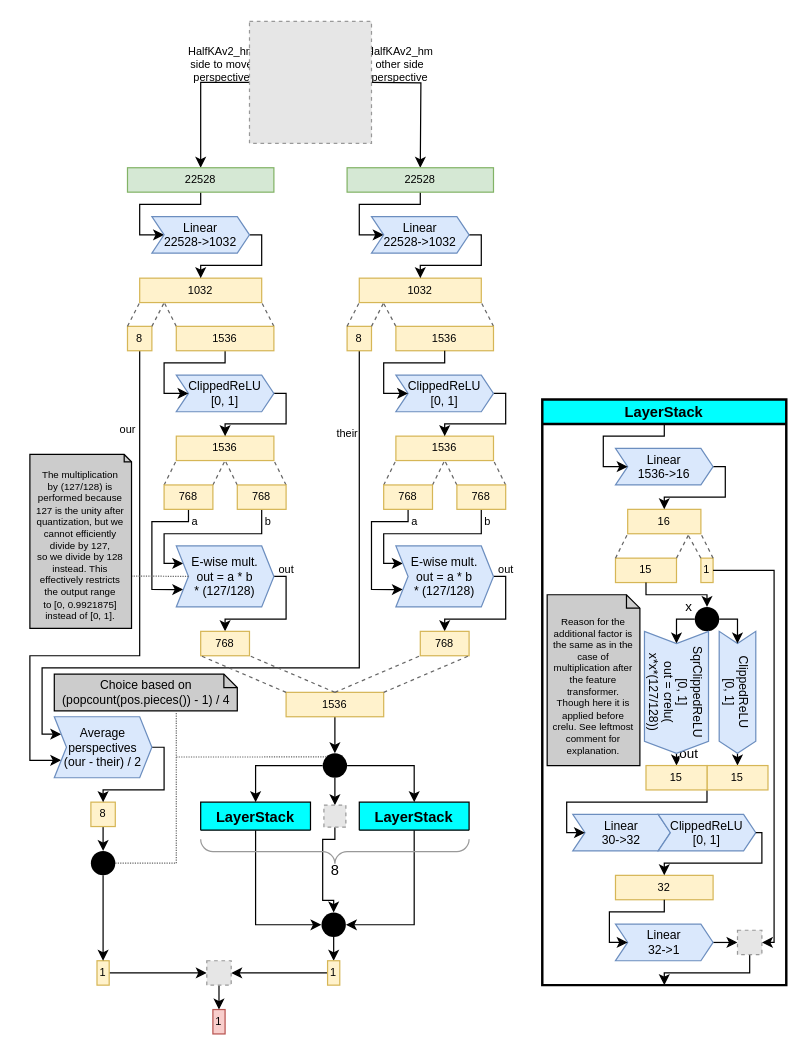
official-stockfish/nnue-pytorch keeps this draw.io diagram as docs/img/SFNNv6_architecture.drawio. Above is the earlier version. Source tidied: cells renumbered, new cells numbered last; positions are measured from the earlier drawing's top-left corner, leaving out a move shared by most shapes. Both pictures are drawn from the tidied source at 122%, with x=0, y=0 at pixel (29, 21). Pictures stored in the file or linked from it are replaced by grey dashed boxes.
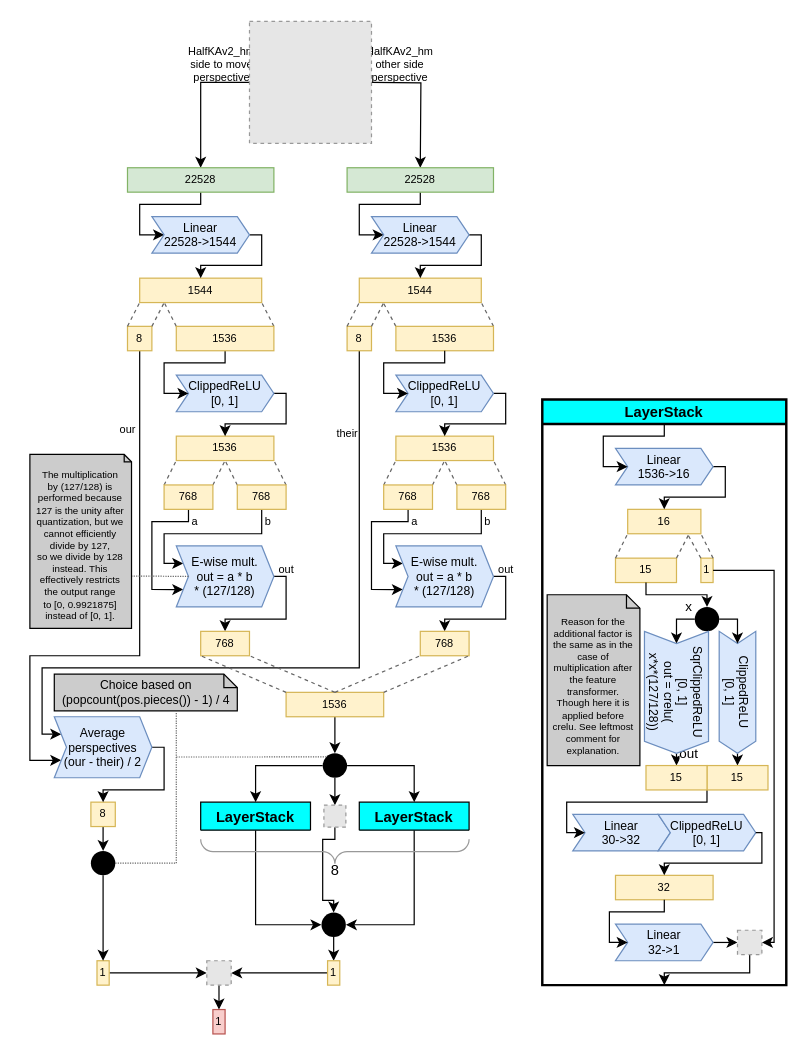
The same page after the edit.

Commit message (it also covers changes not shown here):
fix wrong L1 size in SFNNv6-8 diagrams (#283)

Diff of the diagram source:
```diff
@@
-    <mxCell id="9" value="&lt;div&gt;1032&lt;/div&gt;" style="rounded=0;whiteSpace=wrap;html=1;shadow=0;glass=0;sketch=0;fontSize=9;align=center;fillColor=#fff2cc;strokeColor=#d6b656;" parent="1" vertex="1">
+    <mxCell id="9" value="&lt;div&gt;1544&lt;/div&gt;" style="rounded=0;whiteSpace=wrap;html=1;shadow=0;glass=0;sketch=0;fontSize=9;align=center;fillColor=#fff2cc;strokeColor=#d6b656;" parent="1" vertex="1">
       <mxGeometry x="90" y="210.5" width="100" height="20" as="geometry" />
     </mxCell>
@@
-    <mxCell id="12" value="1032" style="rounded=0;whiteSpace=wrap;html=1;shadow=0;glass=0;sketch=0;fontSize=9;align=center;fillColor=#fff2cc;strokeColor=#d6b656;" parent="1" vertex="1">
+    <mxCell id="12" value="1544" style="rounded=0;whiteSpace=wrap;html=1;shadow=0;glass=0;sketch=0;fontSize=9;align=center;fillColor=#fff2cc;strokeColor=#d6b656;" parent="1" vertex="1">
       <mxGeometry x="270" y="210.5" width="100" height="20" as="geometry" />
     </mxCell>
@@
-    <mxCell id="16" value="&lt;div style=&quot;font-size: 10px&quot;&gt;Linear&lt;/div&gt;&lt;div style=&quot;font-size: 10px&quot;&gt;22528-&amp;gt;1032&lt;/div&gt;" style="shape=step;perimeter=stepPerimeter;whiteSpace=wrap;html=1;fixedSize=1;rounded=0;shadow=0;glass=0;sketch=0;fontSize=10;align=center;size=10;fillColor=#dae8fc;strokeColor=#6c8ebf;" parent="1" vertex="1">
+    <mxCell id="16" value="&lt;div style=&quot;font-size: 10px&quot;&gt;Linear&lt;/div&gt;&lt;div style=&quot;font-size: 10px&quot;&gt;22528-&amp;gt;1544&lt;/div&gt;" style="shape=step;perimeter=stepPerimeter;whiteSpace=wrap;html=1;fixedSize=1;rounded=0;shadow=0;glass=0;sketch=0;fontSize=10;align=center;size=10;fillColor=#dae8fc;strokeColor=#6c8ebf;" parent="1" vertex="1">
       <mxGeometry x="100" y="160" width="80" height="30" as="geometry" />
     </mxCell>
-    <mxCell id="17" value="&lt;div style=&quot;font-size: 10px&quot;&gt;Linear&lt;/div&gt;&lt;div style=&quot;font-size: 10px&quot;&gt;22528-&amp;gt;1032&lt;/div&gt;" style="shape=step;perimeter=stepPerimeter;whiteSpace=wrap;html=1;fixedSize=1;rounded=0;shadow=0;glass=0;sketch=0;fontSize=10;align=center;size=10;fillColor=#dae8fc;strokeColor=#6c8ebf;" parent="1" vertex="1">
+    <mxCell id="17" value="&lt;div style=&quot;font-size: 10px&quot;&gt;Linear&lt;/div&gt;&lt;div style=&quot;font-size: 10px&quot;&gt;22528-&amp;gt;1544&lt;/div&gt;" style="shape=step;perimeter=stepPerimeter;whiteSpace=wrap;html=1;fixedSize=1;rounded=0;shadow=0;glass=0;sketch=0;fontSize=10;align=center;size=10;fillColor=#dae8fc;strokeColor=#6c8ebf;" parent="1" vertex="1">
       <mxGeometry x="280" y="160" width="80" height="30" as="geometry" />
     </mxCell>
```
